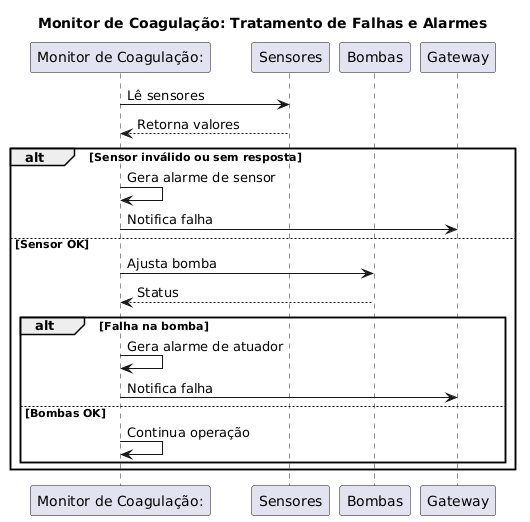
Monique-HidroSolo/plantuml keeps this PlantUML diagram as Documentação Monitor/Alarmes.png. Above is the earlier version.
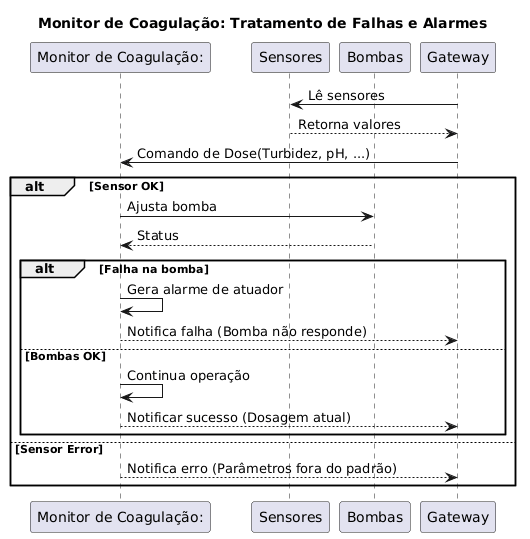
After the change.

Diff of the diagram source:
```diff
@@ -6,21 +6,23 @@
 participant "Bombas" as B
 participant Gateway as GW
 
-MC -> S: Lê sensores
-S --> MC: Retorna valores
+GW -> S: Lê sensores
+S --> GW: Retorna valores
 
-alt Sensor inválido ou sem resposta
-    MC -> MC: Gera alarme de sensor
-    MC -> GW: Notifica falha
-else Sensor OK
+GW -> MC: Comando de Dose(Turbidez, pH, ...)
+
+alt Sensor OK
     MC -> B: Ajusta bomba
     B --> MC: Status
 
     alt Falha na bomba
         MC -> MC: Gera alarme de atuador
-        MC -> GW: Notifica falha
+        MC --> GW: Notifica falha (Bomba não responde)
     else Bombas OK
         MC -> MC: Continua operação
+        MC --> GW: Notificar sucesso (Dosagem atual)
     end
+else Sensor Error
+    MC --> GW: Notifica erro (Parâmetros fora do padrão)
 end
 @enduml
```
